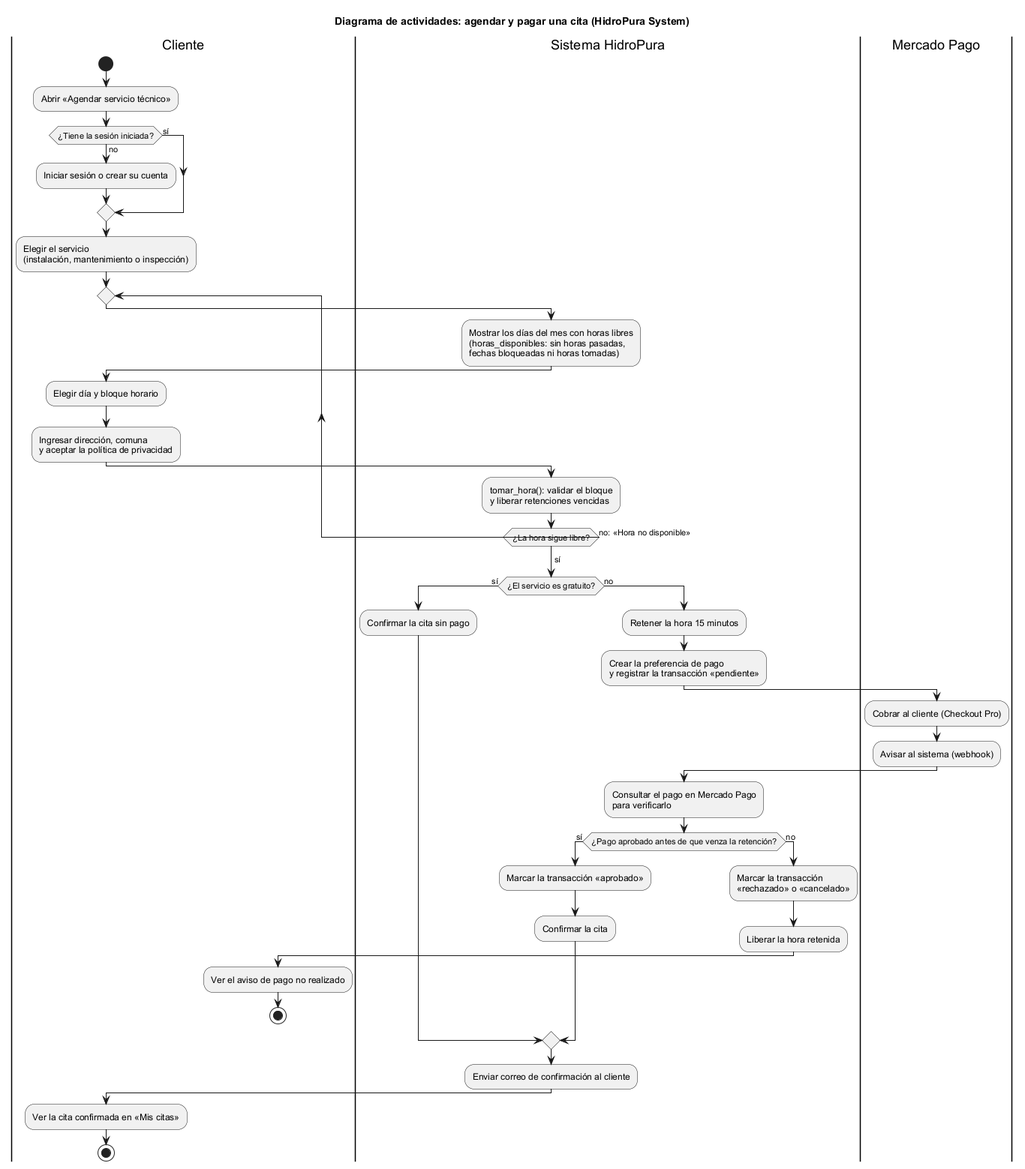
The PlantUML diagram Fase 2/Evidencias Proyecto/Evidencias de documentación/Diseño/Diagramas de actividad/1. Agendar y pagar una cita.png in V-J-C-V/Capstone_P_A_C_2026_003_D, before a commit. The source it was exported from:
```plantuml
@startuml
skinparam shadowing false
skinparam defaultFontName Arial
title Diagrama de actividades: agendar y pagar una cita (HidroPura System)

|Cliente|
start
:Abrir «Agendar servicio técnico»;
if (¿Tiene la sesión iniciada?) then (no)
  :Iniciar sesión o crear su cuenta;
else (sí)
endif
:Elegir el servicio
(instalación, mantenimiento o inspección);
repeat
  |Sistema HidroPura|
  :Mostrar los días del mes con horas libres
  (horas_disponibles: sin horas pasadas,
  fechas bloqueadas ni horas tomadas);
  |Cliente|
  :Elegir día y bloque horario;
  :Ingresar dirección, comuna
  y aceptar la política de privacidad;
  |Sistema HidroPura|
  :tomar_hora(): validar el bloque
  y liberar retenciones vencidas;
repeat while (¿La hora sigue libre?) is (no: «Hora no disponible»)
-> sí;
if (¿El servicio es gratuito?) then (sí)
  :Confirmar la cita sin pago;
else (no)
  :Retener la hora 15 minutos;
  :Crear la preferencia de pago
  y registrar la transacción «pendiente»;
  |Mercado Pago|
  :Cobrar al cliente (Checkout Pro);
  :Avisar al sistema (webhook);
  |Sistema HidroPura|
  :Consultar el pago en Mercado Pago
  para verificarlo;
  if (¿Pago aprobado antes de que venza la retención?) then (sí)
    :Marcar la transacción «aprobado»;
    :Confirmar la cita;
  else (no)
    :Marcar la transacción
    «rechazado» o «cancelado»;
    :Liberar la hora retenida;
    |Cliente|
    :Ver el aviso de pago no realizado;
    stop
  endif
endif
|Sistema HidroPura|
:Enviar correo de confirmación al cliente;
|Cliente|
:Ver la cita confirmada en «Mis citas»;
stop
@enduml
```
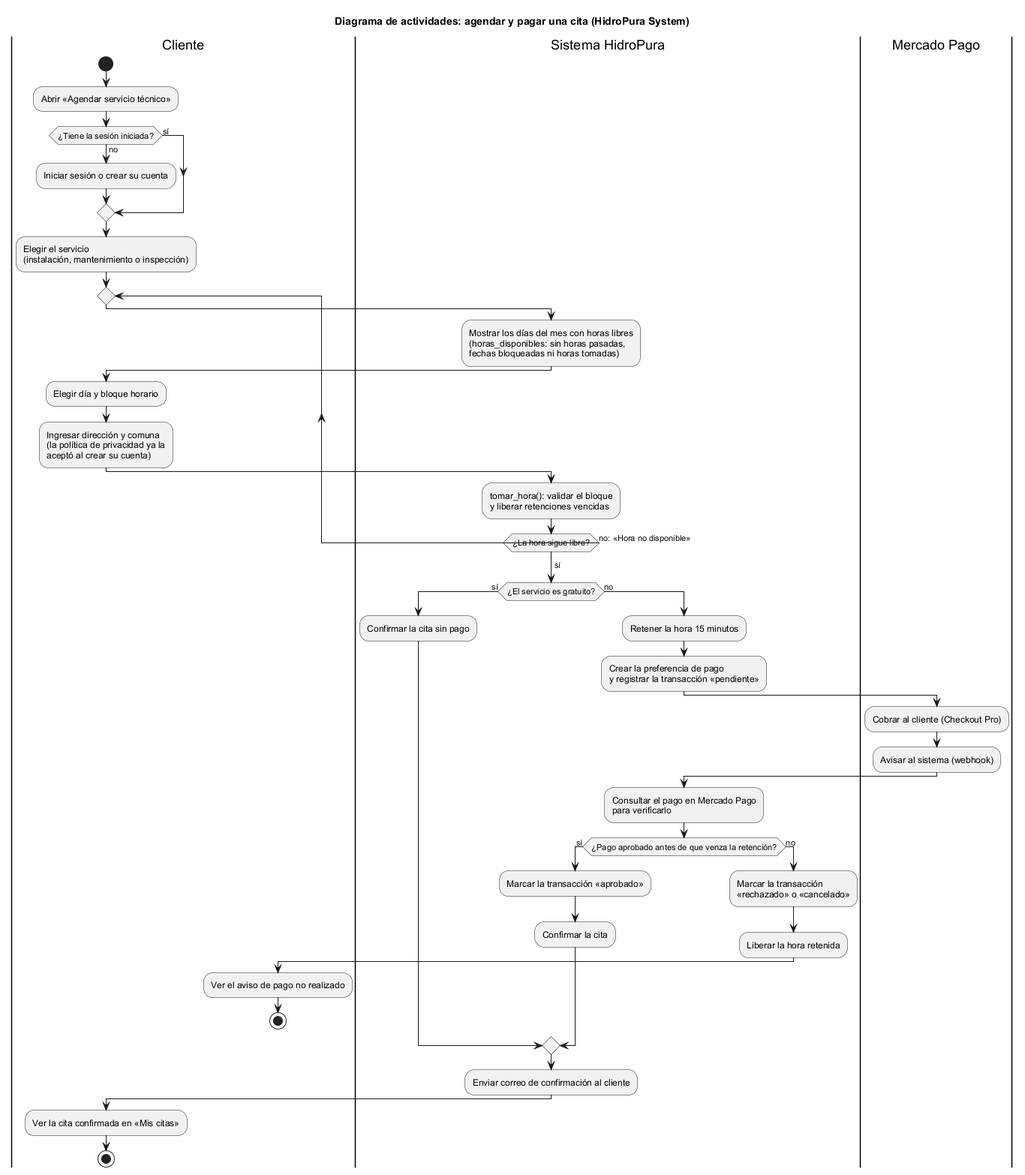
The same diagram one commit later.

Commit message:
actualizar srs

Diff of the diagram source:
```diff
@@ -19,8 +19,9 @@
   fechas bloqueadas ni horas tomadas);
   |Cliente|
   :Elegir día y bloque horario;
-  :Ingresar dirección, comuna
-  y aceptar la política de privacidad;
+  :Ingresar dirección y comuna
+  (la política de privacidad ya la
+  aceptó al crear su cuenta);
   |Sistema HidroPura|
   :tomar_hora(): validar el bloque
   y liberar retenciones vencidas;
```
